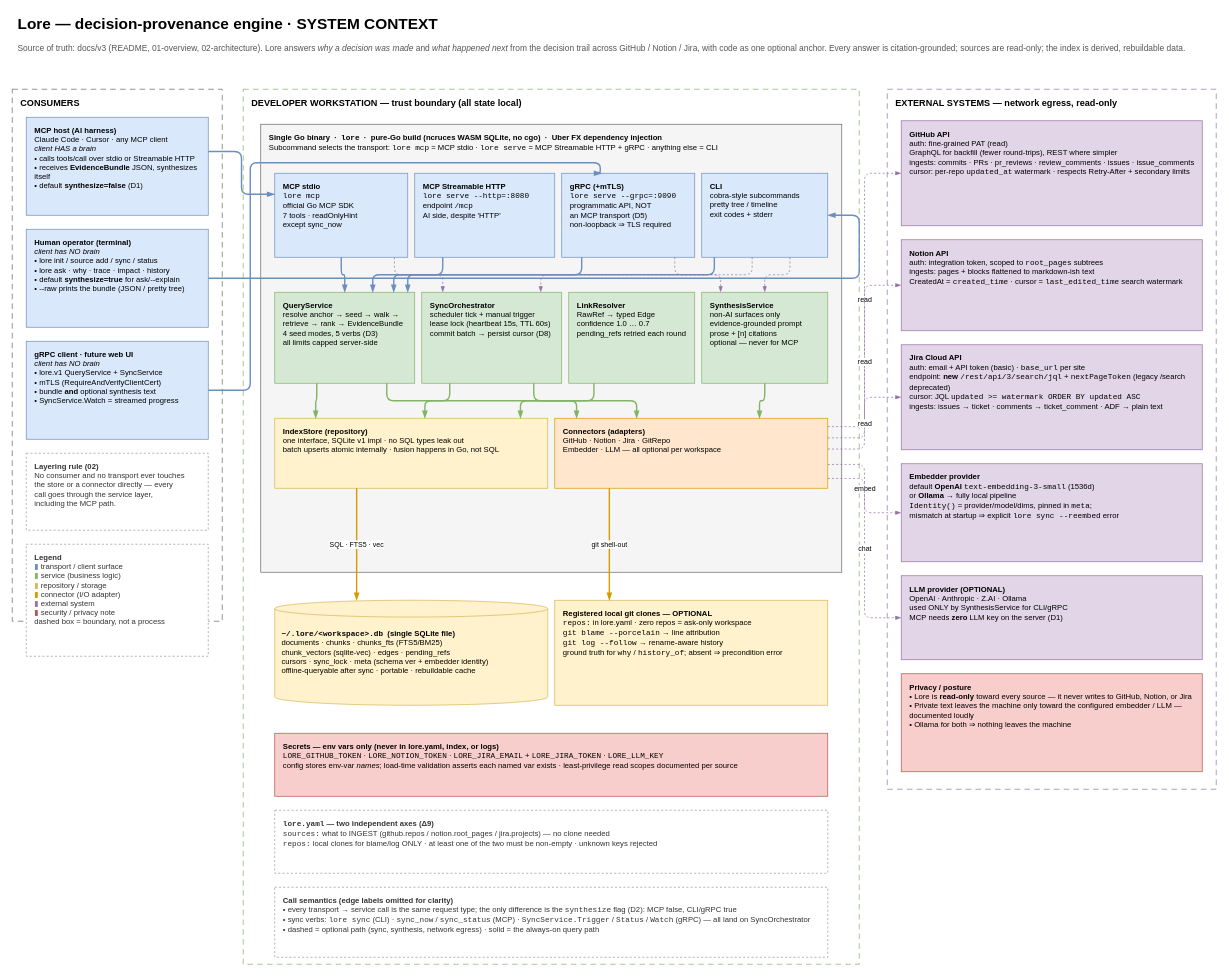
Above: page "1 · System Context" (1 of 11) of docs/v3/lore-system-design.drawio in setthasit/Lore (draw.io), before the change. Source tidied: cells renumbered, new cells numbered last; positions are measured from the earlier drawing's top-left corner, leaving out a move shared by most shapes. Both pictures are drawn from the tidied source at 70%, with x=0, y=0 at pixel (12, 12).
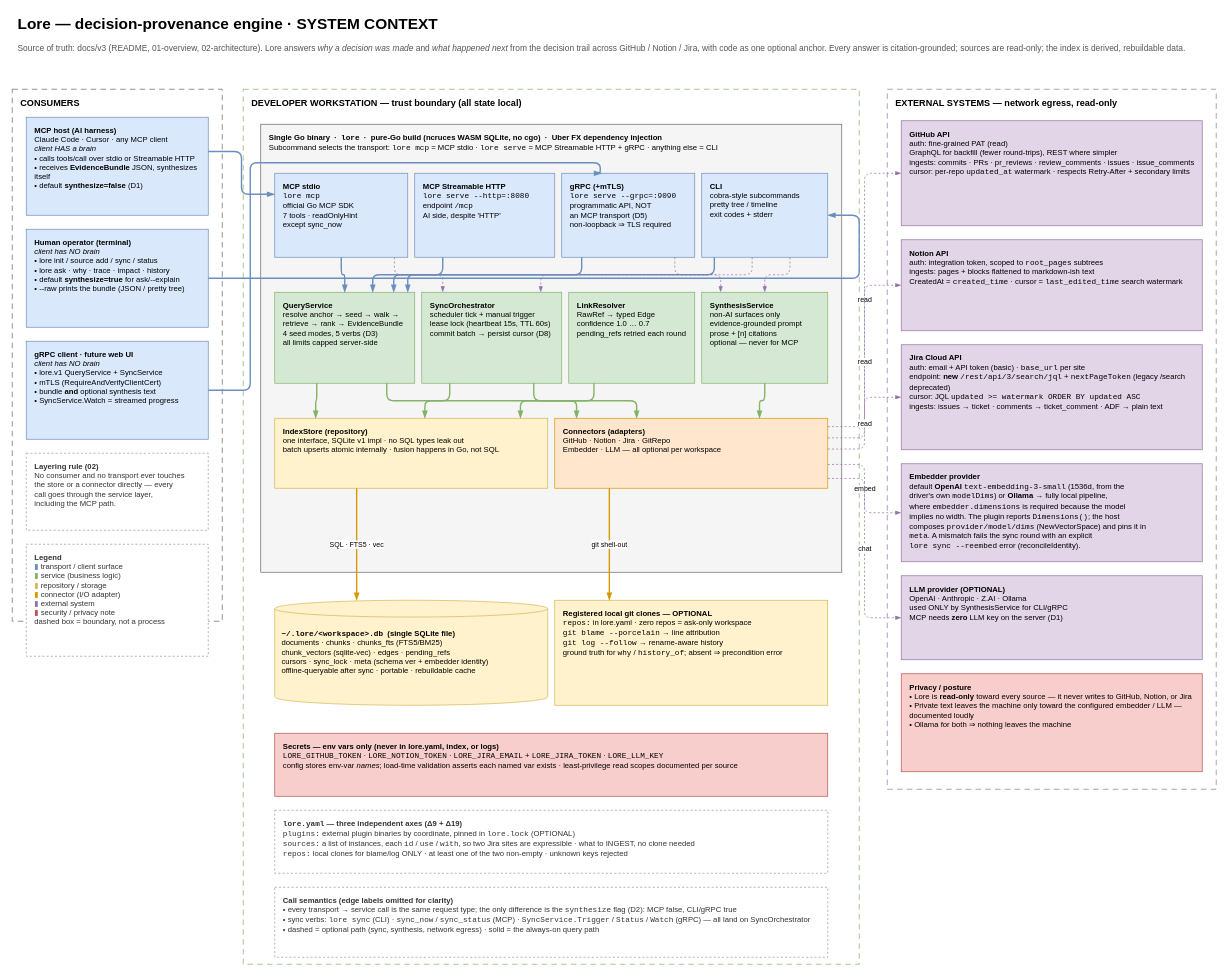
The same diagram, later.

Commit message (it also covers changes not shown here):
[AI] draw the plugin tier as it ships

Change to the diagram source:
```diff
@@
-    <mxCell id="26" value="&lt;b&gt;&lt;font face='Courier New'&gt;lore.yaml&lt;/font&gt; — two independent axes (Δ9)&lt;/b&gt;&lt;br&gt;&lt;font face='Courier New'&gt;sources:&lt;/font&gt; what to INGEST (github.repos / notion.root_pages / jira.projects) — no clone needed&lt;br&gt;&lt;font face='Courier New'&gt;repos:&lt;/font&gt; local clones for blame/log ONLY · at least one of the two must be non-empty · unknown keys rejected" style="rounded=0;whiteSpace=wrap;html=1;align=left;verticalAlign=top;spacing=4;spacingLeft=8;spacingTop=4;fontSize=11;fillColor=#ffffff;strokeColor=#999999;dashed=1;fontColor=#333333;" parent="1" vertex="1">
+    <mxCell id="26" value="&lt;b&gt;&lt;font face='Courier New'&gt;lore.yaml&lt;/font&gt; — three independent axes (Δ9 + Δ19)&lt;/b&gt;&lt;br&gt;&lt;font face='Courier New'&gt;plugins:&lt;/font&gt; external plugin binaries by coordinate, pinned in &lt;font face='Courier New'&gt;lore.lock&lt;/font&gt; (OPTIONAL)&lt;br&gt;&lt;font face='Courier New'&gt;sources:&lt;/font&gt; a list of instances, each &lt;font face='Courier New'&gt;id&lt;/font&gt; / &lt;font face='Courier New'&gt;use&lt;/font&gt; / &lt;font face='Courier New'&gt;with&lt;/font&gt;, so two Jira sites are expressible · what to INGEST, no clone needed&lt;br&gt;&lt;font face='Courier New'&gt;repos:&lt;/font&gt; local clones for blame/log ONLY · at least one of the two non-empty · unknown keys rejected" style="rounded=0;whiteSpace=wrap;html=1;align=left;verticalAlign=top;spacing=4;spacingLeft=8;spacingTop=4;fontSize=11;fillColor=#ffffff;strokeColor=#999999;dashed=1;fontColor=#333333;" parent="1" vertex="1">
       <mxGeometry x="375" y="1140" width="790" height="90" as="geometry" />
     </mxCell>
@@
-    <mxCell id="30" value="&lt;b&gt;Embedder provider&lt;/b&gt;&lt;br&gt;default &lt;b&gt;OpenAI&lt;/b&gt; &lt;font face='Courier New'&gt;text-embedding-3-small&lt;/font&gt; (1536d)&lt;br&gt;or &lt;b&gt;Ollama&lt;/b&gt; → fully local pipeline&lt;br&gt;&lt;font face='Courier New'&gt;Identity()&lt;/font&gt; = provider/model/dims, pinned in &lt;font face='Courier New'&gt;meta&lt;/font&gt;;&lt;br&gt;mismatch at startup ⇒ explicit &lt;font face='Courier New'&gt;lore sync --reembed&lt;/font&gt; error" style="rounded=0;whiteSpace=wrap;html=1;align=left;verticalAlign=top;spacing=4;spacingLeft=8;spacingTop=4;fontSize=11;fillColor=#e1d5e7;strokeColor=#9673a6;" parent="1" vertex="1">
+    <mxCell id="30" value="&lt;b&gt;Embedder provider&lt;/b&gt;&lt;br&gt;default &lt;b&gt;OpenAI&lt;/b&gt; &lt;font face='Courier New'&gt;text-embedding-3-small&lt;/font&gt; (1536d, from the&lt;br&gt;driver's own &lt;font face='Courier New'&gt;modelDims&lt;/font&gt;) or &lt;b&gt;Ollama&lt;/b&gt; → fully local pipeline,&lt;br&gt;where &lt;font face='Courier New'&gt;embedder.dimensions&lt;/font&gt; is required because the model&lt;br&gt;implies no width. The plugin reports &lt;font face='Courier New'&gt;Dimensions()&lt;/font&gt;; the host&lt;br&gt;composes &lt;font face='Courier New'&gt;provider/model/dims&lt;/font&gt; (NewVectorSpace) and pins it in&lt;br&gt;&lt;font face='Courier New'&gt;meta&lt;/font&gt;. A mismatch fails the sync round with an explicit&lt;br&gt;&lt;font face='Courier New'&gt;lore sync --reembed&lt;/font&gt; error (reconcileIdentity)." style="rounded=0;whiteSpace=wrap;html=1;align=left;verticalAlign=top;spacing=4;spacingLeft=8;spacingTop=4;fontSize=11;fillColor=#e1d5e7;strokeColor=#9673a6;" parent="1" vertex="1">
       <mxGeometry x="1270" y="645" width="430" height="140" as="geometry" />
     </mxCell>
```
